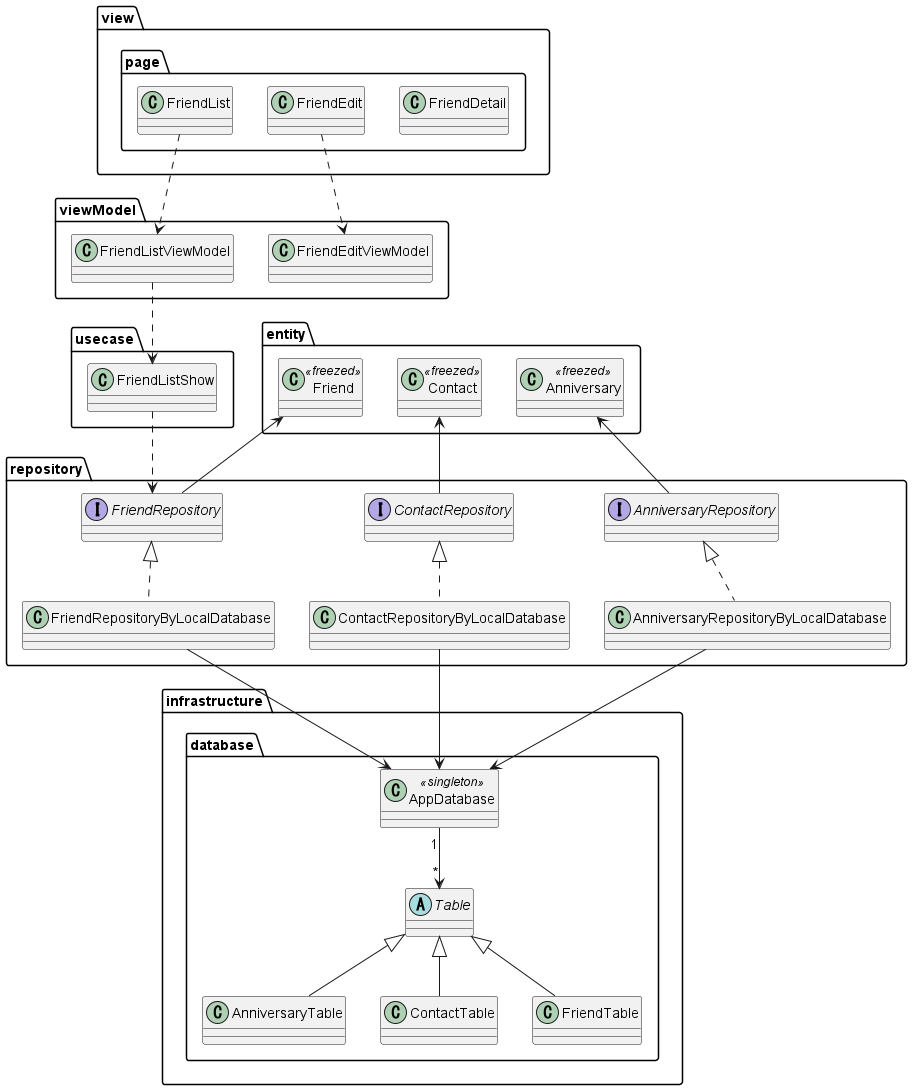
Above: uml/class_diagram/class_diagram.png in nmskm240/friend_list (PlantUML), before the change.
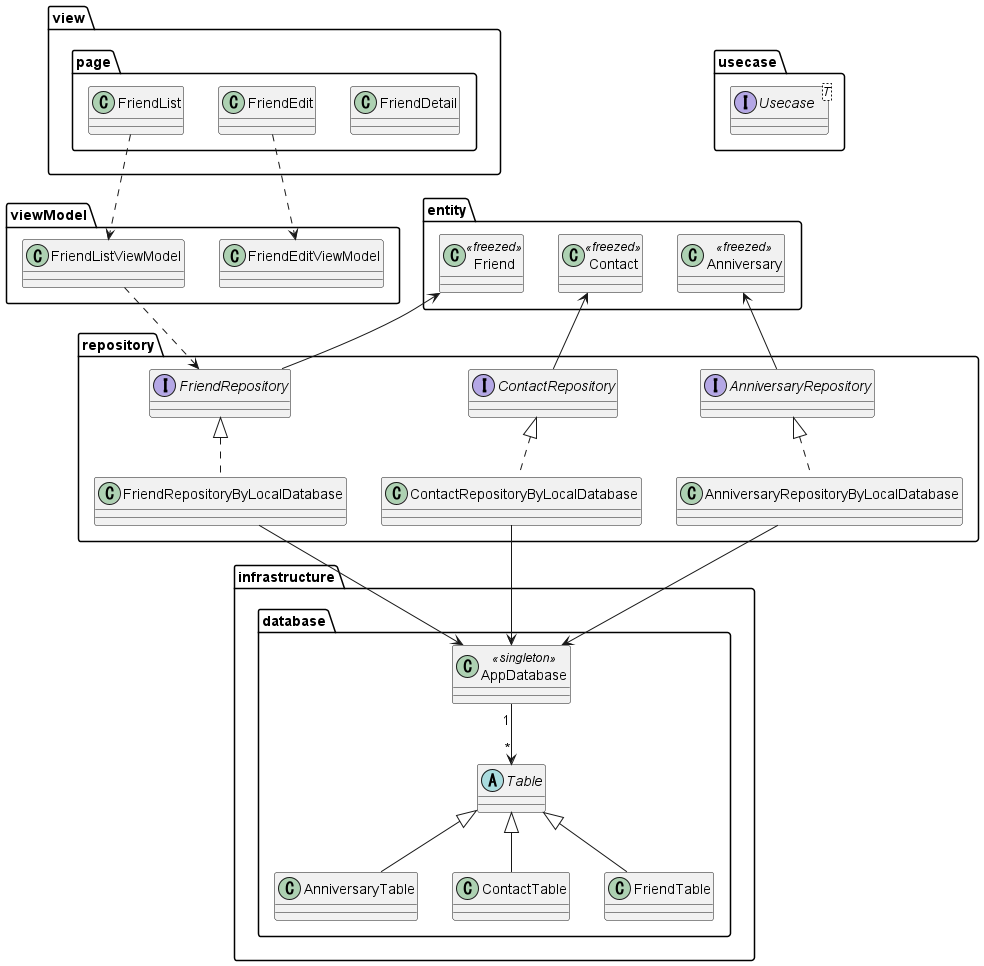
After the commit.

The edit, as a diff of the source:
```diff
@@ -14,7 +14,7 @@
 }
 
 package usecase {
-    class FriendListShow
+    interface Usecase<T>
 }
 
 
@@ -46,9 +46,7 @@
 FriendList ..> FriendListViewModel
 FriendEdit ..> FriendEditViewModel
 
-FriendListViewModel ..> FriendListShow
-
-FriendListShow ..> FriendRepository
+FriendListViewModel ..> FriendRepository
 
 Anniversary <-- AnniversaryRepository
 Contact <-- ContactRepository
```
